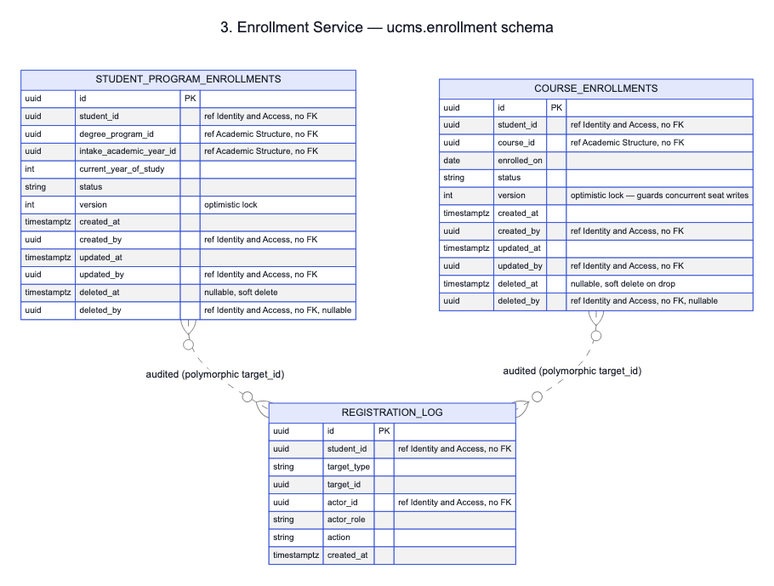
Before: docs/architecture/tables-03-enrollment.png, a diagram exported from Mermaid (ESD-ONE/University-Course-Management-System). Its source is kept beside it as docs/architecture/tables-03-enrollment.mmd.
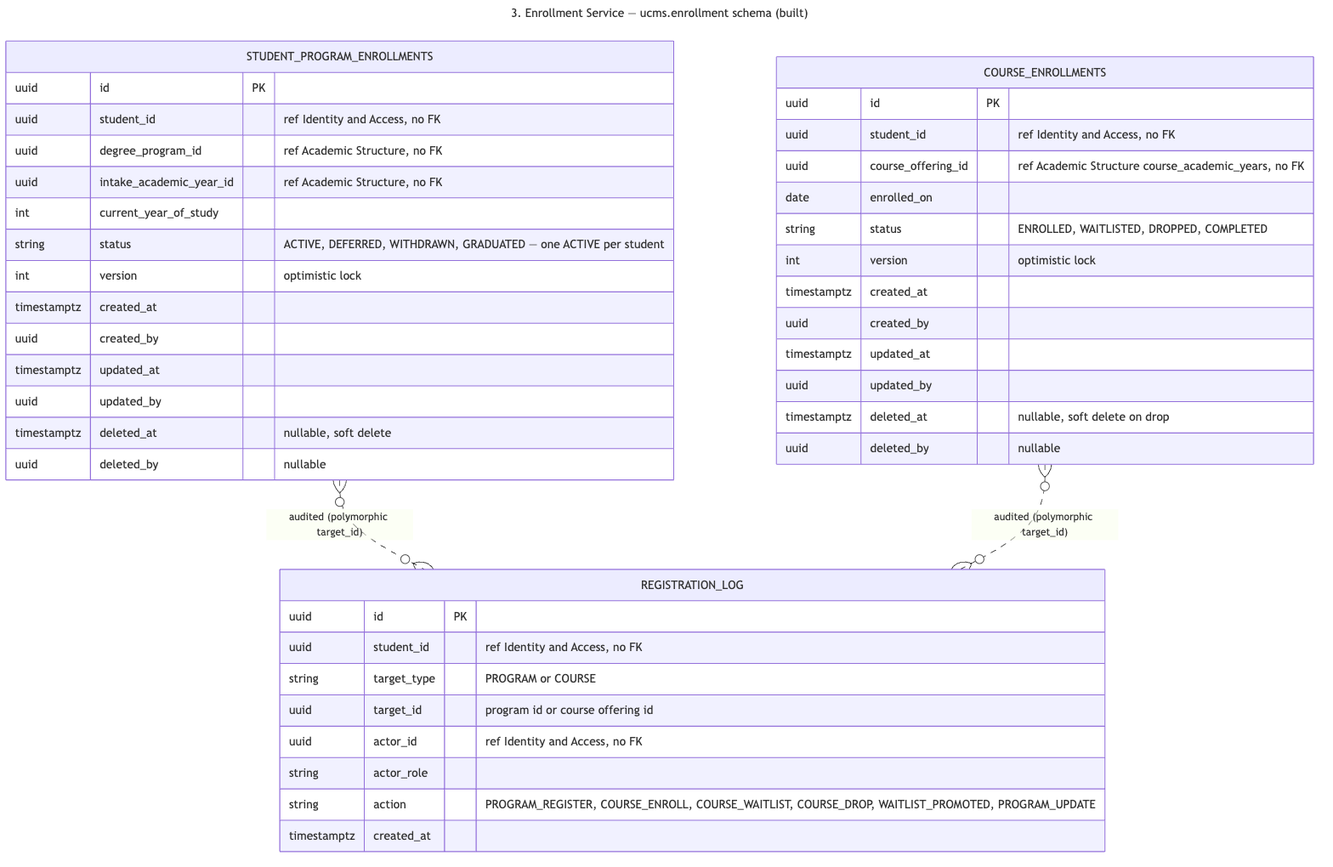
The same file after the commit.

The edit, as a diff of the source:
```diff
@@ -1,5 +1,5 @@
 ---
-title: 3. Enrollment Service — ucms.enrollment schema
+title: 3. Enrollment Service — ucms.enrollment schema (built)
 ---
 erDiagram
     STUDENT_PROGRAM_ENROLLMENTS {
@@ -8,37 +8,37 @@
         uuid degree_program_id "ref Academic Structure, no FK"
         uuid intake_academic_year_id "ref Academic Structure, no FK"
         int current_year_of_study
-        string status
+        string status "ACTIVE, DEFERRED, WITHDRAWN, GRADUATED — one ACTIVE per student"
         int version "optimistic lock"
         timestamptz created_at
-        uuid created_by "ref Identity and Access, no FK"
+        uuid created_by
         timestamptz updated_at
-        uuid updated_by "ref Identity and Access, no FK"
+        uuid updated_by
         timestamptz deleted_at "nullable, soft delete"
-        uuid deleted_by "ref Identity and Access, no FK, nullable"
+        uuid deleted_by "nullable"
     }
     COURSE_ENROLLMENTS {
         uuid id PK
         uuid student_id "ref Identity and Access, no FK"
-        uuid course_id "ref Academic Structure, no FK"
+        uuid course_offering_id "ref Academic Structure course_academic_years, no FK"
         date enrolled_on
-        string status
-        int version "optimistic lock — guards concurrent seat writes"
+        string status "ENROLLED, WAITLISTED, DROPPED, COMPLETED"
+        int version "optimistic lock"
         timestamptz created_at
-        uuid created_by "ref Identity and Access, no FK"
+        uuid created_by
         timestamptz updated_at
-        uuid updated_by "ref Identity and Access, no FK"
+        uuid updated_by
         timestamptz deleted_at "nullable, soft delete on drop"
-        uuid deleted_by "ref Identity and Access, no FK, nullable"
+        uuid deleted_by "nullable"
     }
     REGISTRATION_LOG {
         uuid id PK
         uuid student_id "ref Identity and Access, no FK"
-        string target_type
-        uuid target_id
+        string target_type "PROGRAM or COURSE"
+        uuid target_id "program id or course offering id"
         uuid actor_id "ref Identity and Access, no FK"
         string actor_role
-        string action
+        string action "PROGRAM_REGISTER, COURSE_ENROLL, COURSE_WAITLIST, COURSE_DROP, WAITLIST_PROMOTED, PROGRAM_UPDATE"
         timestamptz created_at
     }
 
```
